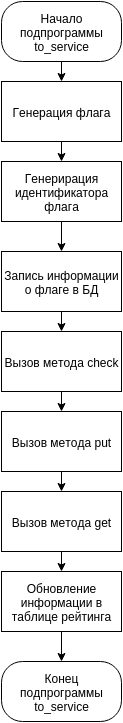
KevaTeam/ctf-attack-defense keeps this draw.io diagram as report/images/module_round_toservice.png. Above is the earlier version. Source tidied: cells renumbered, new cells last; positions are measured from the earlier drawing's top-left corner, leaving out a move shared by most shapes.
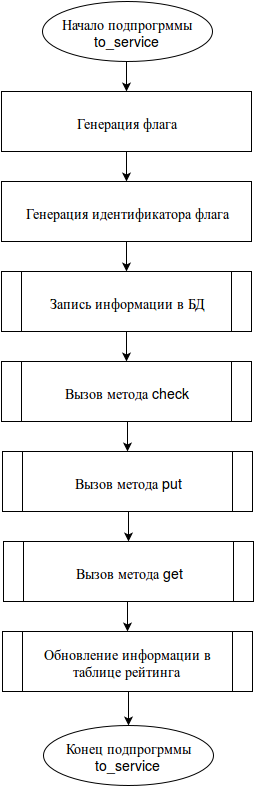
Above is the later version.

Diff of the diagram source:
```diff
@@ -2,56 +2,79 @@
   <root>
     <mxCell id="0" />
     <mxCell id="1" parent="0" />
-    <mxCell id="2" style="edgeStyle=orthogonalEdgeStyle;rounded=0;html=1;exitX=0.5;exitY=1;entryX=0.5;entryY=0;startArrow=none;startFill=0;jettySize=auto;" parent="1" edge="1" source="3" target="5">
-      <mxGeometry relative="1" as="geometry" />
-    </mxCell>
-    <mxCell id="3" value="Начало подпрограммы to_service" style="rounded=1;whiteSpace=wrap;html=1;arcSize=35;" parent="1" vertex="1">
-      <mxGeometry width="120" height="60" as="geometry" />
-    </mxCell>
-    <mxCell id="4" style="edgeStyle=orthogonalEdgeStyle;rounded=0;html=1;exitX=0.5;exitY=1;entryX=0.5;entryY=0;startArrow=none;startFill=0;jettySize=auto;" parent="1" edge="1" source="5" target="7">
-      <mxGeometry relative="1" as="geometry" />
-    </mxCell>
+    <mxCell id="19" style="whiteSpace=wrap;html=1;fontSize=14;" parent="1" vertex="1">
+      <mxGeometry x="25" y="300" width="250" height="60" as="geometry" />
+    </mxCell>
+    <mxCell id="20" style="edgeStyle=orthogonalEdgeStyle;rounded=0;html=1;exitX=0.5;exitY=1;entryX=0.5;entryY=0;jettySize=auto;fontSize=14;" parent="1" edge="1" source="21" target="5">
+      <mxGeometry relative="1" as="geometry" />
+    </mxCell>
+    <mxCell id="21" value="Начало подпрогрммы to_service&lt;br&gt;" style="ellipse;whiteSpace=wrap;html=1;fontSize=14;" parent="1" vertex="1">
+      <mxGeometry x="66" y="30" width="170" height="60" as="geometry" />
+    </mxCell>
+    <mxCell id="22" style="edgeStyle=orthogonalEdgeStyle;rounded=0;html=1;exitX=0.5;exitY=1;entryX=0.5;entryY=0;jettySize=auto;fontSize=14;" parent="1" edge="1" source="23" target="11">
+      <mxGeometry relative="1" as="geometry" />
+    </mxCell>
+    <mxCell id="23" value="Запись информации в БД&lt;br&gt;" style="whiteSpace=wrap;html=1;fontSize=14;" parent="1" vertex="1">
+      <mxGeometry x="45" y="300" width="210" height="60" as="geometry" />
+    </mxCell>
+    <mxCell id="24" style="edgeStyle=orthogonalEdgeStyle;rounded=0;html=1;exitX=0.5;exitY=1;entryX=0.5;entryY=0;jettySize=auto;fontSize=14;" parent="1" edge="1" source="5" target="26">
+      <mxGeometry relative="1" as="geometry" />
+    </mxCell>
-    <mxCell id="5" value="Генерация флага" style="whiteSpace=wrap;html=1;" parent="1" vertex="1">
-      <mxGeometry y="80" width="120" height="60" as="geometry" />
+    <mxCell id="5" value="Генерация флага&lt;br&gt;" style="whiteSpace=wrap;html=1;fontSize=14;" parent="1" vertex="1">
+      <mxGeometry x="25" y="120" width="250" height="60" as="geometry" />
     </mxCell>
-    <mxCell id="6" style="edgeStyle=orthogonalEdgeStyle;rounded=0;html=1;exitX=0.5;exitY=1;entryX=0.5;entryY=0;startArrow=none;startFill=0;jettySize=auto;" parent="1" edge="1" source="7" target="9">
-      <mxGeometry relative="1" as="geometry" />
-    </mxCell>
-    <mxCell id="7" value="Генерирация идентификатора флага" style="whiteSpace=wrap;html=1;" parent="1" vertex="1">
-      <mxGeometry y="160" width="120" height="60" as="geometry" />
-    </mxCell>
-    <mxCell id="8" style="edgeStyle=orthogonalEdgeStyle;rounded=0;html=1;exitX=0.5;exitY=1;entryX=0.5;entryY=0;startArrow=none;startFill=0;jettySize=auto;" parent="1" edge="1" source="9" target="11">
-      <mxGeometry relative="1" as="geometry" />
-    </mxCell>
-    <mxCell id="9" value="Запись информации о флаге в БД" style="whiteSpace=wrap;html=1;" parent="1" vertex="1">
-      <mxGeometry y="250" width="120" height="60" as="geometry" />
-    </mxCell>
+    <mxCell id="25" style="edgeStyle=orthogonalEdgeStyle;rounded=0;html=1;exitX=0.5;exitY=1;entryX=0.5;entryY=0;jettySize=auto;fontSize=14;" parent="1" edge="1" source="26" target="23">
+      <mxGeometry relative="1" as="geometry" />
+    </mxCell>
+    <mxCell id="26" value="Генерация идентификатора флага&lt;br&gt;" style="whiteSpace=wrap;html=1;fontSize=14;" parent="1" vertex="1">
+      <mxGeometry x="25" y="210" width="250" height="60" as="geometry" />
+    </mxCell>
+    <mxCell id="27" style="whiteSpace=wrap;html=1;fontSize=14;" parent="1" vertex="1">
+      <mxGeometry x="25" y="390" width="250" height="60" as="geometry" />
+    </mxCell>
-    <mxCell id="10" style="edgeStyle=orthogonalEdgeStyle;rounded=0;html=1;exitX=0.5;exitY=1;entryX=0.5;entryY=0;startArrow=none;startFill=0;jettySize=auto;" parent="1" edge="1" source="11" target="13">
+    <mxCell id="10" style="edgeStyle=orthogonalEdgeStyle;rounded=0;html=1;exitX=0.5;exitY=1;entryX=0.5;entryY=0;jettySize=auto;fontSize=14;" parent="1" edge="1" source="11" target="13">
       <mxGeometry relative="1" as="geometry" />
     </mxCell>
-    <mxCell id="11" value="Вызов метода check" style="whiteSpace=wrap;html=1;" parent="1" vertex="1">
-      <mxGeometry y="330" width="120" height="60" as="geometry" />
+    <mxCell id="11" value="Вызов метода check&lt;br&gt;" style="whiteSpace=wrap;html=1;fontSize=14;" parent="1" vertex="1">
+      <mxGeometry x="45" y="390" width="210" height="60" as="geometry" />
     </mxCell>
+    <mxCell id="28" style="whiteSpace=wrap;html=1;fontSize=14;" parent="1" vertex="1">
+      <mxGeometry x="26" y="480" width="250" height="60" as="geometry" />
+    </mxCell>
-    <mxCell id="12" style="edgeStyle=orthogonalEdgeStyle;rounded=0;html=1;exitX=0.5;exitY=1;entryX=0.5;entryY=0;startArrow=none;startFill=0;jettySize=auto;" parent="1" edge="1" source="13" target="15">
-      <mxGeometry relative="1" as="geometry" />
+    <mxCell id="12" style="edgeStyle=orthogonalEdgeStyle;rounded=0;html=1;exitX=0.5;exitY=1;jettySize=auto;fontSize=14;entryX=0.5;entryY=0;" parent="1" edge="1" source="13" target="15">
+      <mxGeometry relative="1" as="geometry">
+        <Array as="points">
+          <mxPoint x="152" y="540" />
+        </Array>
+      </mxGeometry>
     </mxCell>
-    <mxCell id="13" value="&lt;span&gt;Вызов метода put&lt;/span&gt;" style="whiteSpace=wrap;html=1;" parent="1" vertex="1">
-      <mxGeometry y="410" width="120" height="60" as="geometry" />
+    <mxCell id="13" value="Вызов метода put&lt;br&gt;" style="whiteSpace=wrap;html=1;fontSize=14;" parent="1" vertex="1">
+      <mxGeometry x="46" y="480" width="210" height="60" as="geometry" />
     </mxCell>
+    <mxCell id="29" style="whiteSpace=wrap;html=1;fontSize=14;" parent="1" vertex="1">
+      <mxGeometry x="27" y="570" width="250" height="60" as="geometry" />
+    </mxCell>
-    <mxCell id="14" style="edgeStyle=orthogonalEdgeStyle;rounded=0;html=1;exitX=0.5;exitY=1;entryX=0.5;entryY=0;startArrow=none;startFill=0;jettySize=auto;" parent="1" edge="1" source="15" target="17">
+    <mxCell id="14" style="edgeStyle=orthogonalEdgeStyle;rounded=0;html=1;exitX=0.5;exitY=1;entryX=0.5;entryY=0;jettySize=auto;fontSize=14;" parent="1" edge="1" source="15" target="17">
       <mxGeometry relative="1" as="geometry" />
     </mxCell>
-    <mxCell id="15" value="&lt;span&gt;Вызов метода get&lt;/span&gt;" style="whiteSpace=wrap;html=1;" parent="1" vertex="1">
-      <mxGeometry y="490" width="120" height="60" as="geometry" />
+    <mxCell id="15" value="Вызов метода get&lt;br&gt;" style="whiteSpace=wrap;html=1;fontSize=14;" parent="1" vertex="1">
+      <mxGeometry x="47" y="570" width="210" height="60" as="geometry" />
     </mxCell>
-    <mxCell id="16" style="edgeStyle=orthogonalEdgeStyle;rounded=0;html=1;exitX=0.5;exitY=1;entryX=0.5;entryY=0;startArrow=none;startFill=0;jettySize=auto;" parent="1" edge="1" source="17" target="18">
-      <mxGeometry relative="1" as="geometry" />
-    </mxCell>
+    <mxCell id="30" style="whiteSpace=wrap;html=1;fontSize=14;" parent="1" vertex="1">
+      <mxGeometry x="26" y="660" width="250" height="60" as="geometry" />
+    </mxCell>
+    <mxCell id="31" style="edgeStyle=orthogonalEdgeStyle;rounded=0;html=1;exitX=0.5;exitY=1;jettySize=auto;fontSize=14;entryX=0.5;entryY=0;" parent="1" edge="1" source="17" target="32">
+      <mxGeometry relative="1" as="geometry">
+        <Array as="points">
+          <mxPoint x="152" y="720" />
+        </Array>
+      </mxGeometry>
+    </mxCell>
-    <mxCell id="17" value="Обновление информации в таблице рейтинга" style="whiteSpace=wrap;html=1;" parent="1" vertex="1">
-      <mxGeometry y="570" width="120" height="60" as="geometry" />
+    <mxCell id="17" value="Обновление информации в таблице рейтинга&lt;br&gt;" style="whiteSpace=wrap;html=1;fontSize=14;" parent="1" vertex="1">
+      <mxGeometry x="46" y="660" width="210" height="60" as="geometry" />
     </mxCell>
-    <mxCell id="18" value="Конец подпрограммы to_service" style="rounded=1;whiteSpace=wrap;html=1;arcSize=35;" parent="1" vertex="1">
-      <mxGeometry y="660" width="120" height="60" as="geometry" />
-    </mxCell>
+    <mxCell id="32" value="Конец подпрогрммы to_service&lt;br&gt;" style="ellipse;whiteSpace=wrap;html=1;fontSize=14;" parent="1" vertex="1">
+      <mxGeometry x="67" y="754" width="170" height="60" as="geometry" />
+    </mxCell>
   </root>
 </mxGraphModel>
```
